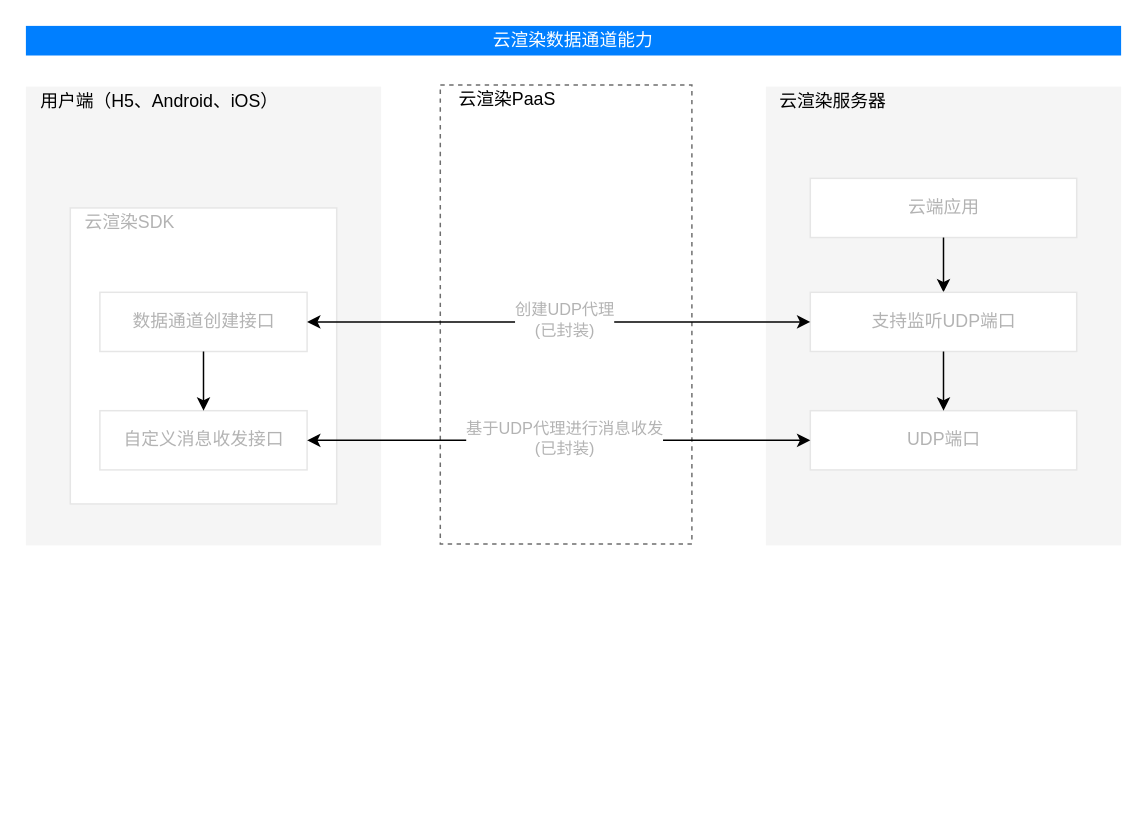
Above: 未命名绘图.drawio in 2015302580336/cloud_rendering (draw.io), before the change. Source tidied: cells renumbered, new cells numbered last; positions are measured from the earlier drawing's top-left corner, leaving out a move shared by most shapes. Both pictures are drawn from the tidied source at 148%, with x=0, y=0 at pixel (25, 25).
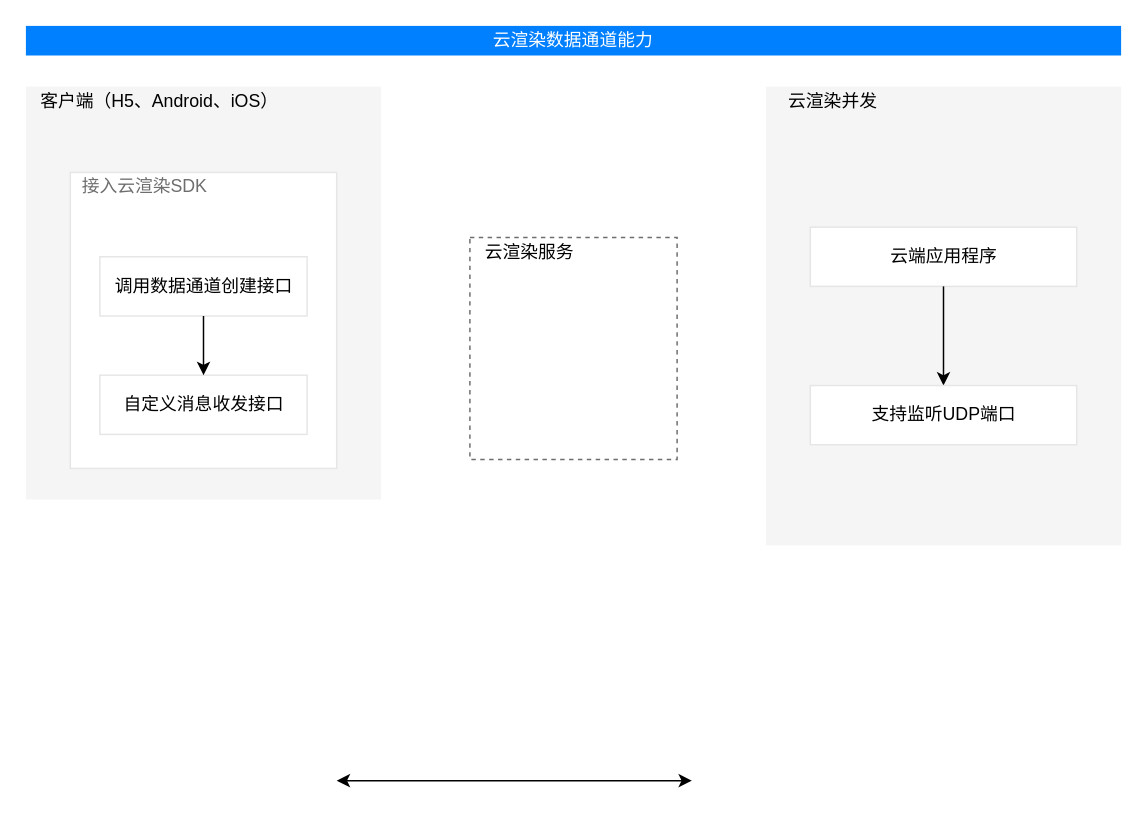
The same diagram, later.

Commit message:
Update 未命名绘图.drawio

Unchanged cells that the change refers to:
```xml
<mxCell id="13" style="rounded=0;whiteSpace=wrap;html=1;labelBackgroundColor=none;fontColor=#B3B3B3;strokeColor=#E6E6E6;" parent="12" vertex="1">
  <mxGeometry width="140" height="40" as="geometry" />
</mxCell>
<mxCell id="16" style="rounded=0;whiteSpace=wrap;html=1;labelBackgroundColor=none;fontColor=#B3B3B3;strokeColor=#E6E6E6;" parent="15" vertex="1">
  <mxGeometry width="180" height="40" as="geometry" />
</mxCell>
<mxCell id="25" style="rounded=0;whiteSpace=wrap;html=1;labelBackgroundColor=none;fontColor=#B3B3B3;strokeColor=#E6E6E6;" parent="24" vertex="1">
  <mxGeometry width="140" height="40" as="geometry" />
</mxCell>
```

Change to the diagram source:
```diff
@@
-    <mxCell id="2" style="rounded=0;whiteSpace=wrap;html=1;labelBackgroundColor=none;fontColor=#B3B3B3;strokeColor=#6E6E6E;fillColor=none;dashed=1;fixDash=0;" parent="1" vertex="1">
-      <mxGeometry x="280" y="40" width="170" height="310" as="geometry" />
-    </mxCell>
     <mxCell id="3" style="rounded=0;whiteSpace=wrap;html=1;fillColor=#f5f5f5;strokeColor=none;fontColor=#333333;" parent="1" vertex="1">
-      <mxGeometry y="41" width="240" height="310" as="geometry" />
+      <mxGeometry y="41" width="240" height="279" as="geometry" />
     </mxCell>
     <mxCell id="4" style="rounded=0;whiteSpace=wrap;html=1;strokeColor=#E6E6E6;" parent="1" vertex="1">
-      <mxGeometry x="30" y="123" width="180" height="200" as="geometry" />
+      <mxGeometry x="30" y="99" width="180" height="200" as="geometry" />
     </mxCell>
@@
-    <mxCell id="6" value="用户端（H5、Android、iOS）" style="text;html=1;align=center;verticalAlign=middle;fillColor=none;strokeColor=none;rounded=0;" parent="1" vertex="1">
+    <mxCell id="6" value="客户端（H5、Android、iOS）" style="text;html=1;align=center;verticalAlign=middle;fillColor=none;strokeColor=none;rounded=0;" parent="1" vertex="1">
       <mxGeometry y="41" width="180" height="20" as="geometry" />
     </mxCell>
-    <mxCell id="7" value="云渲染服务器" style="text;html=1;align=center;verticalAlign=middle;fillColor=none;strokeColor=none;rounded=0;rotation=0;" parent="1" vertex="1">
-      <mxGeometry x="500" y="41" width="90" height="20" as="geometry" />
+    <mxCell id="7" value="云渲染并发" style="text;html=1;align=center;verticalAlign=middle;fillColor=none;strokeColor=none;rounded=0;rotation=0;" parent="1" vertex="1">
+      <mxGeometry x="505" y="41" width="80" height="20" as="geometry" />
     </mxCell>
     <mxCell id="8" style="group;" parent="1" vertex="1">
-      <mxGeometry x="530" y="103" width="180" height="40" as="geometry" />
+      <mxGeometry x="530" y="136" width="180" height="40" as="geometry" />
     </mxCell>
@@
-    <mxCell id="10" value="云端应用" style="text;html=1;align=center;verticalAlign=middle;fillColor=none;strokeColor=none;rounded=0;fontColor=#B3B3B3;labelBackgroundColor=none;" parent="8" vertex="1">
-      <mxGeometry x="60" y="10" width="60" height="20" as="geometry" />
+    <mxCell id="10" value="&lt;font color=&quot;#000000&quot;&gt;云端应用程序&lt;/font&gt;" style="text;html=1;align=center;verticalAlign=middle;fillColor=none;strokeColor=none;rounded=0;fontColor=#B3B3B3;labelBackgroundColor=none;" parent="8" vertex="1">
+      <mxGeometry x="45" y="10" width="90" height="20" as="geometry" />
     </mxCell>
@@
     <mxCell id="12" style="group;" parent="1" vertex="1">
-      <mxGeometry x="50" y="180" width="140" height="40" as="geometry" />
+      <mxGeometry x="50" y="156" width="140" height="40" as="geometry" />
     </mxCell>
@@
-    <mxCell id="14" value="数据通道创建接口" style="text;html=1;align=center;verticalAlign=middle;fillColor=none;strokeColor=none;rounded=0;fontColor=#B3B3B3;labelBackgroundColor=none;" parent="12" vertex="1">
-      <mxGeometry x="15" y="10" width="110" height="20" as="geometry" />
+    <mxCell id="14" value="&lt;font color=&quot;#000000&quot;&gt;调用数据通道创建接口&lt;/font&gt;" style="text;html=1;align=center;verticalAlign=middle;fillColor=none;strokeColor=none;rounded=0;fontColor=#B3B3B3;labelBackgroundColor=none;" parent="12" vertex="1">
+      <mxGeometry y="10" width="140" height="20" as="geometry" />
     </mxCell>
     <mxCell id="15" style="group;" parent="1" vertex="1">
-      <mxGeometry x="530" y="180" width="180" height="40" as="geometry" />
+      <mxGeometry x="530" y="243" width="180" height="40" as="geometry" />
     </mxCell>
@@
-    <mxCell id="17" value="支持监听UDP端口" style="text;html=1;align=center;verticalAlign=middle;fillColor=none;strokeColor=none;rounded=0;fontColor=#B3B3B3;labelBackgroundColor=none;" parent="15" vertex="1">
+    <mxCell id="17" value="&lt;font color=&quot;#000000&quot;&gt;支持监听UDP端口&lt;/font&gt;" style="text;html=1;align=center;verticalAlign=middle;fillColor=none;strokeColor=none;rounded=0;fontColor=#B3B3B3;labelBackgroundColor=none;" parent="15" vertex="1">
       <mxGeometry x="35" y="10" width="110" height="20" as="geometry" />
     </mxCell>
-    <mxCell id="18" style="endArrow=classic;startArrow=classic;html=1;rounded=0;fontColor=#B3B3B3;exitX=1;exitY=0.5;exitDx=0;exitDy=0;entryX=0;entryY=0.5;entryDx=0;entryDy=0;" parent="1" edge="1" source="13" target="16">
-      <mxGeometry relative="1" as="geometry" />
-    </mxCell>
-    <mxCell id="19" value="创建UDP代理&lt;br&gt;(已封装)" style="edgeLabel;html=1;align=center;verticalAlign=middle;fontColor=#B3B3B3;" parent="18" vertex="1">
-      <mxGeometry x="0.02" y="2" relative="1" as="geometry" />
-    </mxCell>
-    <mxCell id="20" style="group;" parent="1" vertex="1">
-      <mxGeometry x="530" y="260" width="180" height="40" as="geometry" />
-    </mxCell>
-    <mxCell id="21" style="rounded=0;whiteSpace=wrap;html=1;labelBackgroundColor=none;fontColor=#B3B3B3;strokeColor=#E6E6E6;" parent="20" vertex="1">
-      <mxGeometry width="180" height="40" as="geometry" />
-    </mxCell>
-    <mxCell id="22" value="UDP端口" style="text;html=1;align=center;verticalAlign=middle;fillColor=none;strokeColor=none;rounded=0;fontColor=#B3B3B3;labelBackgroundColor=none;" parent="20" vertex="1">
-      <mxGeometry x="60" y="10" width="60" height="20" as="geometry" />
-    </mxCell>
-    <mxCell id="23" value="云渲染SDK" style="text;html=1;align=center;verticalAlign=middle;fillColor=none;strokeColor=none;rounded=0;fontColor=#B3B3B3;labelBackgroundColor=none;" parent="1" vertex="1">
-      <mxGeometry x="30" y="123" width="80" height="20" as="geometry" />
+    <mxCell id="23" value="&lt;font color=&quot;#6e6e6e&quot;&gt;接入云渲染SDK&lt;/font&gt;" style="text;html=1;align=center;verticalAlign=middle;fillColor=none;strokeColor=none;rounded=0;fontColor=#B3B3B3;labelBackgroundColor=none;" parent="1" vertex="1">
+      <mxGeometry x="30" y="99" width="100" height="20" as="geometry" />
     </mxCell>
     <mxCell id="24" style="group;" parent="1" vertex="1">
-      <mxGeometry x="50" y="260" width="140" height="40" as="geometry" />
+      <mxGeometry x="50" y="236" width="140" height="40" as="geometry" />
     </mxCell>
@@
-    <mxCell id="26" value="自定义消息收发接口" style="text;html=1;align=center;verticalAlign=middle;fillColor=none;strokeColor=none;rounded=0;fontColor=#B3B3B3;labelBackgroundColor=none;" parent="24" vertex="1">
+    <mxCell id="26" value="&lt;font color=&quot;#000000&quot;&gt;自定义消息收发接口&lt;/font&gt;" style="text;html=1;align=center;verticalAlign=middle;fillColor=none;strokeColor=none;rounded=0;fontColor=#B3B3B3;labelBackgroundColor=none;" parent="24" vertex="1">
       <mxGeometry x="10" y="10" width="120" height="20" as="geometry" />
     </mxCell>
-    <mxCell id="27" style="endArrow=classic;startArrow=classic;html=1;rounded=0;fontColor=#B3B3B3;entryX=0;entryY=0.5;entryDx=0;entryDy=0;" parent="1" edge="1" target="21">
+    <mxCell id="27" style="endArrow=classic;startArrow=classic;html=1;rounded=0;fontColor=#B3B3B3;" parent="1" edge="1">
       <mxGeometry relative="1" as="geometry">
-        <mxPoint x="190" y="280" as="sourcePoint" />
+        <mxPoint x="210" y="510" as="sourcePoint" />
+        <mxPoint x="450" y="510" as="targetPoint" />
       </mxGeometry>
     </mxCell>
-    <mxCell id="28" value="基于UDP代理进行消息收发&lt;br&gt;(已封装)" style="edgeLabel;html=1;align=center;verticalAlign=middle;fontColor=#B3B3B3;" parent="27" vertex="1">
-      <mxGeometry x="0.02" y="2" relative="1" as="geometry" />
-    </mxCell>
+    <mxCell id="30" value="&lt;font color=&quot;#ffffff&quot;&gt;云渲染数据通道能力&lt;/font&gt;" style="rounded=0;whiteSpace=wrap;html=1;labelBackgroundColor=none;fontColor=#B3B3B3;strokeColor=none;fillColor=#007FFF;" parent="1" vertex="1">
+      <mxGeometry width="740" height="20" as="geometry" />
+    </mxCell>
+    <mxCell id="32" style="edgeStyle=orthogonalEdgeStyle;rounded=0;jettySize=auto;html=1;exitX=0.5;exitY=1;exitDx=0;exitDy=0;entryX=0.5;entryY=0;entryDx=0;entryDy=0;fontColor=#000000;" parent="1" edge="1" source="13" target="25">
+      <mxGeometry relative="1" as="geometry" />
+    </mxCell>
+    <mxCell id="33" style="group;" parent="1" vertex="1">
+      <mxGeometry x="300" y="143" width="140" height="150" as="geometry" />
+    </mxCell>
+    <mxCell id="2" style="rounded=0;whiteSpace=wrap;html=1;labelBackgroundColor=none;fontColor=#B3B3B3;strokeColor=#6E6E6E;fillColor=none;dashed=1;fixDash=0;" parent="33" vertex="1">
+      <mxGeometry width="140" height="150" as="geometry" />
+    </mxCell>
-    <mxCell id="29" value="云渲染PaaS&lt;br&gt;" style="text;html=1;align=center;verticalAlign=middle;fillColor=none;strokeColor=none;rounded=0;rotation=0;" parent="1" vertex="1">
-      <mxGeometry x="285" y="40" width="80" height="20" as="geometry" />
+    <mxCell id="29" value="云渲染服务" style="text;html=1;align=center;verticalAlign=middle;fillColor=none;strokeColor=none;rounded=0;rotation=0;" parent="33" vertex="1">
+      <mxGeometry width="80" height="20" as="geometry" />
     </mxCell>
-    <mxCell id="30" value="&lt;font color=&quot;#ffffff&quot;&gt;云渲染数据通道能力&lt;/font&gt;" style="rounded=0;whiteSpace=wrap;html=1;labelBackgroundColor=none;fontColor=#B3B3B3;strokeColor=none;fillColor=#007FFF;" parent="1" vertex="1">
-      <mxGeometry width="740" height="20" as="geometry" />
-    </mxCell>
-    <mxCell id="31" style="edgeStyle=orthogonalEdgeStyle;rounded=0;jettySize=auto;html=1;exitX=0.5;exitY=1;exitDx=0;exitDy=0;entryX=0.5;entryY=0;entryDx=0;entryDy=0;fontColor=#000000;" parent="1" edge="1" source="16" target="21">
-      <mxGeometry relative="1" as="geometry" />
-    </mxCell>
-    <mxCell id="32" style="edgeStyle=orthogonalEdgeStyle;rounded=0;jettySize=auto;html=1;exitX=0.5;exitY=1;exitDx=0;exitDy=0;entryX=0.5;entryY=0;entryDx=0;entryDy=0;fontColor=#000000;" parent="1" edge="1" source="13" target="25">
-      <mxGeometry relative="1" as="geometry" />
-    </mxCell>
```
